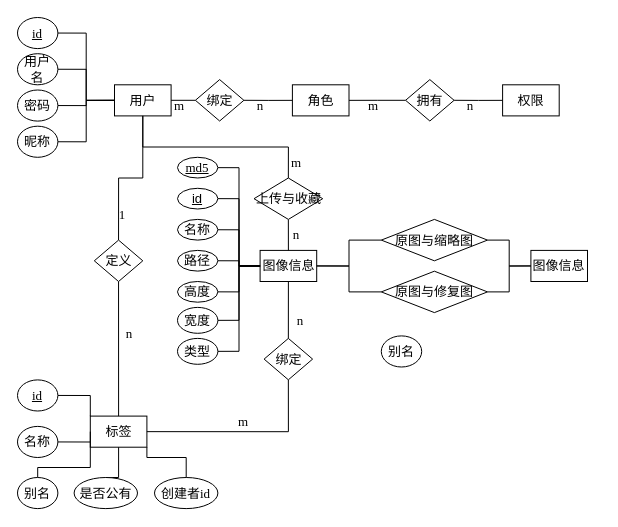
The draw.io diagram 数据表ER图.drawio in LiSoulSpace/GitBook, before the edit. Source tidied: cells renumbered, new cells numbered last; positions are measured from the earlier drawing's top-left corner, leaving out a move shared by most shapes. Both pictures are drawn from the tidied source at 100%, with x=0, y=0 at pixel (17, 17).
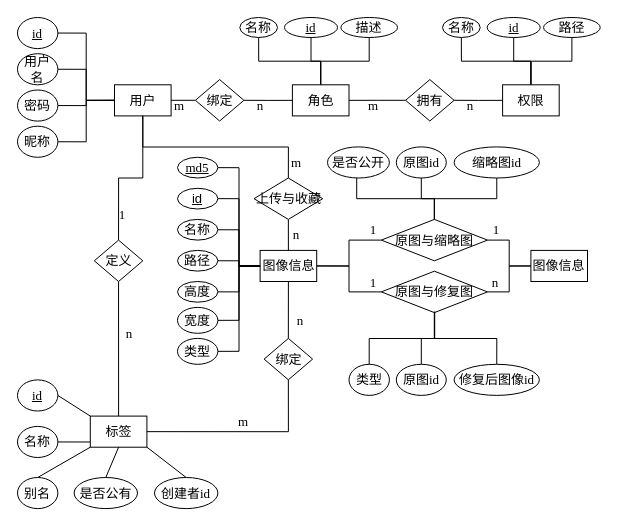
The same page after the edit.

Commit message:
更新数据表ER图.drawio

The change refers to these unchanged cells:
```xml
<mxCell id="2" value="角色" style="rounded=0;whiteSpace=wrap;html=1;fontFamily=宋体;fontSize=13;" parent="1" vertex="1">
  <mxGeometry x="274.9" y="67.3" width="56.6" height="31.1" as="geometry" />
</mxCell>
<mxCell id="4" value="权限" style="rounded=0;whiteSpace=wrap;html=1;fontFamily=宋体;fontSize=13;" parent="1" vertex="1">
  <mxGeometry x="485.1" y="67.3" width="56.6" height="31.1" as="geometry" />
</mxCell>
<mxCell id="17" value="标签" style="rounded=0;whiteSpace=wrap;html=1;fontFamily=宋体;fontSize=13;" parent="1" vertex="1">
  <mxGeometry x="72.8" y="398.6" width="56.6" height="31.1" as="geometry" />
</mxCell>
<mxCell id="24" value="原图与缩略图" style="rhombus;whiteSpace=wrap;html=1;fontFamily=宋体;fontSize=13;" parent="1" vertex="1">
  <mxGeometry x="363.8" y="201.9" width="106.2" height="41.4" as="geometry" />
</mxCell>
<mxCell id="26" value="原图与修复图" style="rhombus;whiteSpace=wrap;html=1;fontFamily=宋体;fontSize=13;" parent="1" vertex="1">
  <mxGeometry x="363.8" y="253.7" width="106.2" height="41.4" as="geometry" />
</mxCell>
<mxCell id="60" value="&lt;u style=&quot;font-size: 13px;&quot;&gt;id&lt;/u&gt;" style="ellipse;whiteSpace=wrap;html=1;fontFamily=Times New Roman;fontSize=13;fontColor=default;" parent="1" vertex="1">
  <mxGeometry y="362.4" width="40.4" height="31.1" as="geometry" />
</mxCell>
<mxCell id="62" value="别名" style="ellipse;whiteSpace=wrap;html=1;fontFamily=宋体;fontSize=13;fontColor=default;" parent="1" vertex="1">
  <mxGeometry y="460" width="40.4" height="31.1" as="geometry" />
</mxCell>
<mxCell id="64" value="是否公有" style="ellipse;whiteSpace=wrap;html=1;fontFamily=宋体;fontSize=13;fontColor=default;" parent="1" vertex="1">
  <mxGeometry x="56.6" y="460" width="63.4" height="31.1" as="geometry" />
</mxCell>
<mxCell id="66" value="创建者&lt;font face=&quot;Times New Roman&quot;&gt;id&lt;/font&gt;" style="ellipse;whiteSpace=wrap;html=1;fontFamily=宋体;fontSize=13;fontColor=default;" parent="1" vertex="1">
  <mxGeometry x="137" y="460" width="63.4" height="31.1" as="geometry" />
</mxCell>
```

Diff of the diagram source:
```diff
@@
+    <mxCell id="72" style="edgeStyle=orthogonalEdgeStyle;shape=connector;rounded=0;jettySize=auto;html=1;exitX=0.5;exitY=0;exitDx=0;exitDy=0;entryX=0.5;entryY=1;entryDx=0;entryDy=0;labelBackgroundColor=default;strokeColor=default;fontFamily=Helvetica;fontSize=11;fontColor=default;endArrow=none;endFill=0;" parent="1" edge="1" source="2" target="89">
+      <mxGeometry relative="1" as="geometry" />
+    </mxCell>
+    <mxCell id="73" style="edgeStyle=orthogonalEdgeStyle;shape=connector;rounded=0;jettySize=auto;html=1;exitX=0.5;exitY=0;exitDx=0;exitDy=0;entryX=0.5;entryY=1;entryDx=0;entryDy=0;labelBackgroundColor=default;strokeColor=default;fontFamily=Helvetica;fontSize=11;fontColor=default;endArrow=none;endFill=0;" parent="1" edge="1" source="2" target="90">
+      <mxGeometry relative="1" as="geometry" />
+    </mxCell>
+    <mxCell id="74" style="edgeStyle=orthogonalEdgeStyle;shape=connector;rounded=0;jettySize=auto;html=1;exitX=0.5;exitY=0;exitDx=0;exitDy=0;entryX=0.5;entryY=1;entryDx=0;entryDy=0;labelBackgroundColor=default;strokeColor=default;fontFamily=Helvetica;fontSize=11;fontColor=default;endArrow=none;endFill=0;" parent="1" edge="1" source="2" target="91">
+      <mxGeometry relative="1" as="geometry" />
+    </mxCell>
@@
+    <mxCell id="75" style="edgeStyle=orthogonalEdgeStyle;shape=connector;rounded=0;jettySize=auto;html=1;exitX=0.5;exitY=0;exitDx=0;exitDy=0;entryX=0.5;entryY=1;entryDx=0;entryDy=0;labelBackgroundColor=default;strokeColor=default;fontFamily=Helvetica;fontSize=11;fontColor=default;endArrow=none;endFill=0;" parent="1" edge="1" source="4" target="92">
+      <mxGeometry relative="1" as="geometry" />
+    </mxCell>
+    <mxCell id="76" style="edgeStyle=orthogonalEdgeStyle;shape=connector;rounded=0;jettySize=auto;html=1;exitX=0.5;exitY=0;exitDx=0;exitDy=0;entryX=0.5;entryY=1;entryDx=0;entryDy=0;labelBackgroundColor=default;strokeColor=default;fontFamily=Helvetica;fontSize=11;fontColor=default;endArrow=none;endFill=0;" parent="1" edge="1" source="4" target="93">
+      <mxGeometry relative="1" as="geometry" />
+    </mxCell>
+    <mxCell id="77" style="edgeStyle=orthogonalEdgeStyle;shape=connector;rounded=0;jettySize=auto;html=1;exitX=0.5;exitY=0;exitDx=0;exitDy=0;entryX=0.5;entryY=1;entryDx=0;entryDy=0;labelBackgroundColor=default;strokeColor=default;fontFamily=Helvetica;fontSize=11;fontColor=default;endArrow=none;endFill=0;" parent="1" edge="1" source="4" target="94">
+      <mxGeometry relative="1" as="geometry" />
+    </mxCell>
@@
+    <mxCell id="78" style="edgeStyle=orthogonalEdgeStyle;shape=connector;rounded=0;jettySize=auto;html=1;exitX=0.5;exitY=0;exitDx=0;exitDy=0;entryX=0.472;entryY=0.997;entryDx=0;entryDy=0;entryPerimeter=0;labelBackgroundColor=default;strokeColor=default;fontFamily=Helvetica;fontSize=11;fontColor=default;endArrow=none;endFill=0;" parent="1" edge="1" source="24" target="86">
+      <mxGeometry relative="1" as="geometry" />
+    </mxCell>
+    <mxCell id="79" style="edgeStyle=orthogonalEdgeStyle;shape=connector;rounded=0;jettySize=auto;html=1;exitX=0.5;exitY=0;exitDx=0;exitDy=0;entryX=0.5;entryY=1;entryDx=0;entryDy=0;labelBackgroundColor=default;strokeColor=default;fontFamily=Helvetica;fontSize=11;fontColor=default;endArrow=none;endFill=0;" parent="1" edge="1" source="24" target="87">
+      <mxGeometry relative="1" as="geometry" />
+    </mxCell>
+    <mxCell id="80" style="edgeStyle=orthogonalEdgeStyle;shape=connector;rounded=0;jettySize=auto;html=1;exitX=0.5;exitY=0;exitDx=0;exitDy=0;entryX=0.5;entryY=1;entryDx=0;entryDy=0;labelBackgroundColor=default;strokeColor=default;fontFamily=Helvetica;fontSize=11;fontColor=default;endArrow=none;endFill=0;" parent="1" edge="1" source="24" target="88">
+      <mxGeometry relative="1" as="geometry" />
+    </mxCell>
@@
-    <mxCell id="59" style="edgeStyle=orthogonalEdgeStyle;shape=connector;rounded=0;jettySize=auto;html=1;exitX=1;exitY=0.5;exitDx=0;exitDy=0;entryX=0;entryY=0;entryDx=0;entryDy=0;labelBackgroundColor=default;strokeColor=default;fontFamily=Helvetica;fontSize=11;fontColor=default;endArrow=none;endFill=0;" parent="1" edge="1" source="60" target="17">
+    <mxCell id="59" style="shape=connector;rounded=0;jettySize=auto;html=1;exitX=1;exitY=0.5;exitDx=0;exitDy=0;entryX=0;entryY=0;entryDx=0;entryDy=0;labelBackgroundColor=default;strokeColor=default;fontFamily=Helvetica;fontSize=11;fontColor=default;endArrow=none;endFill=0;" parent="1" edge="1" source="60" target="17">
       <mxGeometry relative="1" as="geometry" />
     </mxCell>
@@
-    <mxCell id="61" style="edgeStyle=orthogonalEdgeStyle;shape=connector;rounded=0;jettySize=auto;html=1;exitX=0.5;exitY=0;exitDx=0;exitDy=0;entryX=0;entryY=0.5;entryDx=0;entryDy=0;labelBackgroundColor=default;strokeColor=default;fontFamily=Helvetica;fontSize=11;fontColor=default;endArrow=none;endFill=0;" parent="1" edge="1" source="62" target="17">
-      <mxGeometry relative="1" as="geometry">
-        <Array as="points">
-          <mxPoint x="20" y="450" />
-          <mxPoint x="73" y="450" />
-        </Array>
-      </mxGeometry>
+    <mxCell id="61" style="shape=connector;rounded=0;jettySize=auto;html=1;exitX=0.5;exitY=0;exitDx=0;exitDy=0;entryX=0;entryY=1;entryDx=0;entryDy=0;labelBackgroundColor=default;strokeColor=default;fontFamily=Helvetica;fontSize=11;fontColor=default;endArrow=none;endFill=0;" parent="1" edge="1" source="62" target="17">
+      <mxGeometry relative="1" as="geometry" />
     </mxCell>
@@
-    <mxCell id="63" style="edgeStyle=orthogonalEdgeStyle;shape=connector;rounded=0;jettySize=auto;html=1;exitX=0.5;exitY=0;exitDx=0;exitDy=0;entryX=0.5;entryY=1;entryDx=0;entryDy=0;labelBackgroundColor=default;strokeColor=default;fontFamily=Helvetica;fontSize=11;fontColor=default;endArrow=none;endFill=0;" parent="1" edge="1" source="64" target="17">
+    <mxCell id="63" style="shape=connector;rounded=0;jettySize=auto;html=1;exitX=0.5;exitY=0;exitDx=0;exitDy=0;entryX=0.5;entryY=1;entryDx=0;entryDy=0;labelBackgroundColor=default;strokeColor=default;fontFamily=Helvetica;fontSize=11;fontColor=default;endArrow=none;endFill=0;" parent="1" edge="1" source="64" target="17">
       <mxGeometry relative="1" as="geometry" />
     </mxCell>
@@
-    <mxCell id="65" style="edgeStyle=orthogonalEdgeStyle;shape=connector;rounded=0;jettySize=auto;html=1;exitX=0.5;exitY=0;exitDx=0;exitDy=0;entryX=1;entryY=1;entryDx=0;entryDy=0;labelBackgroundColor=default;strokeColor=default;fontFamily=Helvetica;fontSize=11;fontColor=default;endArrow=none;endFill=0;" parent="1" edge="1" source="66" target="17">
+    <mxCell id="65" style="shape=connector;rounded=0;jettySize=auto;html=1;exitX=0.5;exitY=0;exitDx=0;exitDy=0;entryX=1;entryY=1;entryDx=0;entryDy=0;labelBackgroundColor=default;strokeColor=default;fontFamily=Helvetica;fontSize=11;fontColor=default;endArrow=none;endFill=0;" parent="1" edge="1" source="66" target="17">
       <mxGeometry relative="1" as="geometry" />
     </mxCell>
@@
+    <mxCell id="81" style="edgeStyle=orthogonalEdgeStyle;shape=connector;rounded=0;jettySize=auto;html=1;exitX=0.5;exitY=0;exitDx=0;exitDy=0;entryX=0.503;entryY=0.971;entryDx=0;entryDy=0;entryPerimeter=0;labelBackgroundColor=default;strokeColor=default;fontFamily=Helvetica;fontSize=11;fontColor=default;endArrow=none;endFill=0;" parent="1" edge="1" source="71" target="26">
+      <mxGeometry relative="1" as="geometry" />
+    </mxCell>
-    <mxCell id="71" value="别名" style="ellipse;whiteSpace=wrap;html=1;fontFamily=宋体;fontSize=13;fontColor=default;" parent="1" vertex="1">
-      <mxGeometry x="363.8" y="318.4" width="40.4" height="31.1" as="geometry" />
+    <mxCell id="71" value="类型" style="ellipse;whiteSpace=wrap;html=1;fontFamily=宋体;fontSize=13;fontColor=default;" parent="1" vertex="1">
+      <mxGeometry x="331.5" y="346.8" width="40.4" height="31.1" as="geometry" />
     </mxCell>
+    <mxCell id="82" style="edgeStyle=orthogonalEdgeStyle;shape=connector;rounded=0;jettySize=auto;html=1;exitX=0.5;exitY=0;exitDx=0;exitDy=0;labelBackgroundColor=default;strokeColor=default;fontFamily=Helvetica;fontSize=11;fontColor=default;endArrow=none;endFill=0;entryX=0.5;entryY=1;entryDx=0;entryDy=0;" parent="1" edge="1" source="83" target="26">
+      <mxGeometry relative="1" as="geometry" />
+    </mxCell>
+    <mxCell id="83" value="原图&lt;font face=&quot;Times New Roman&quot;&gt;id&lt;/font&gt;" style="ellipse;whiteSpace=wrap;html=1;fontFamily=宋体;fontSize=13;fontColor=default;" parent="1" vertex="1">
+      <mxGeometry x="378.8" y="346.8" width="50" height="31.1" as="geometry" />
+    </mxCell>
+    <mxCell id="84" style="edgeStyle=orthogonalEdgeStyle;shape=connector;rounded=0;jettySize=auto;html=1;exitX=0.5;exitY=0;exitDx=0;exitDy=0;entryX=0.5;entryY=1;entryDx=0;entryDy=0;labelBackgroundColor=default;strokeColor=default;fontFamily=Helvetica;fontSize=11;fontColor=default;endArrow=none;endFill=0;" parent="1" edge="1" source="85" target="26">
+      <mxGeometry relative="1" as="geometry" />
+    </mxCell>
+    <mxCell id="85" value="修复后图像&lt;font face=&quot;Times New Roman&quot;&gt;id&lt;/font&gt;" style="ellipse;whiteSpace=wrap;html=1;fontFamily=宋体;fontSize=13;fontColor=default;" parent="1" vertex="1">
+      <mxGeometry x="436.6" y="346.8" width="85.3" height="31.1" as="geometry" />
+    </mxCell>
+    <mxCell id="86" value="是否公开" style="ellipse;whiteSpace=wrap;html=1;fontFamily=宋体;fontSize=13;fontColor=default;" parent="1" vertex="1">
+      <mxGeometry x="310" y="129.4" width="61.9" height="31.1" as="geometry" />
+    </mxCell>
+    <mxCell id="87" value="原图&lt;font face=&quot;Times New Roman&quot;&gt;id&lt;/font&gt;" style="ellipse;whiteSpace=wrap;html=1;fontFamily=宋体;fontSize=13;fontColor=default;" parent="1" vertex="1">
+      <mxGeometry x="378.8" y="129.4" width="50" height="31.1" as="geometry" />
+    </mxCell>
+    <mxCell id="88" value="缩略图&lt;font face=&quot;Times New Roman&quot;&gt;id&lt;/font&gt;" style="ellipse;whiteSpace=wrap;html=1;fontFamily=宋体;fontSize=13;fontColor=default;" parent="1" vertex="1">
+      <mxGeometry x="436.6" y="129.4" width="85.3" height="31.1" as="geometry" />
+    </mxCell>
+    <mxCell id="89" value="名称" style="ellipse;whiteSpace=wrap;html=1;fontFamily=宋体;fontSize=13;fontColor=default;" parent="1" vertex="1">
+      <mxGeometry x="222.3" width="37.7" height="20" as="geometry" />
+    </mxCell>
+    <mxCell id="90" value="&lt;font face=&quot;Times New Roman&quot;&gt;&lt;u&gt;id&lt;/u&gt;&lt;/font&gt;" style="ellipse;whiteSpace=wrap;html=1;fontFamily=宋体;fontSize=13;fontColor=default;" parent="1" vertex="1">
+      <mxGeometry x="267" width="53" height="20" as="geometry" />
+    </mxCell>
+    <mxCell id="91" value="描述" style="ellipse;whiteSpace=wrap;html=1;fontFamily=宋体;fontSize=13;fontColor=default;" parent="1" vertex="1">
+      <mxGeometry x="323.4" width="56.6" height="20" as="geometry" />
+    </mxCell>
+    <mxCell id="92" value="名称" style="ellipse;whiteSpace=wrap;html=1;fontFamily=宋体;fontSize=13;fontColor=default;" parent="1" vertex="1">
+      <mxGeometry x="425" width="37.7" height="20" as="geometry" />
+    </mxCell>
+    <mxCell id="93" value="&lt;font face=&quot;Times New Roman&quot;&gt;&lt;u&gt;id&lt;/u&gt;&lt;/font&gt;" style="ellipse;whiteSpace=wrap;html=1;fontFamily=宋体;fontSize=13;fontColor=default;" parent="1" vertex="1">
+      <mxGeometry x="469.7" width="53" height="20" as="geometry" />
+    </mxCell>
+    <mxCell id="94" value="路径" style="ellipse;whiteSpace=wrap;html=1;fontFamily=宋体;fontSize=13;fontColor=default;" parent="1" vertex="1">
+      <mxGeometry x="526.1" width="56.6" height="20" as="geometry" />
+    </mxCell>
+    <mxCell id="95" value="1" style="text;html=1;strokeColor=none;fillColor=none;align=center;verticalAlign=middle;whiteSpace=wrap;rounded=0;fontSize=13;fontFamily=Times New Roman;fontColor=default;" parent="1" vertex="1">
+      <mxGeometry x="347.7" y="207.1" width="16.2" height="10.4" as="geometry" />
+    </mxCell>
+    <mxCell id="96" value="1" style="text;html=1;strokeColor=none;fillColor=none;align=center;verticalAlign=middle;whiteSpace=wrap;rounded=0;fontSize=13;fontFamily=Times New Roman;fontColor=default;" parent="1" vertex="1">
+      <mxGeometry x="471.2" y="207.1" width="16.2" height="10.4" as="geometry" />
+    </mxCell>
+    <mxCell id="97" value="1" style="text;html=1;strokeColor=none;fillColor=none;align=center;verticalAlign=middle;whiteSpace=wrap;rounded=0;fontSize=13;fontFamily=Times New Roman;fontColor=default;" parent="1" vertex="1">
+      <mxGeometry x="347.7" y="260" width="16.2" height="10.4" as="geometry" />
+    </mxCell>
+    <mxCell id="98" value="n" style="text;html=1;strokeColor=none;fillColor=none;align=center;verticalAlign=middle;whiteSpace=wrap;rounded=0;fontSize=13;fontFamily=Times New Roman;fontColor=default;" parent="1" vertex="1">
+      <mxGeometry x="469.7" y="260" width="16.2" height="10.4" as="geometry" />
+    </mxCell>
```
